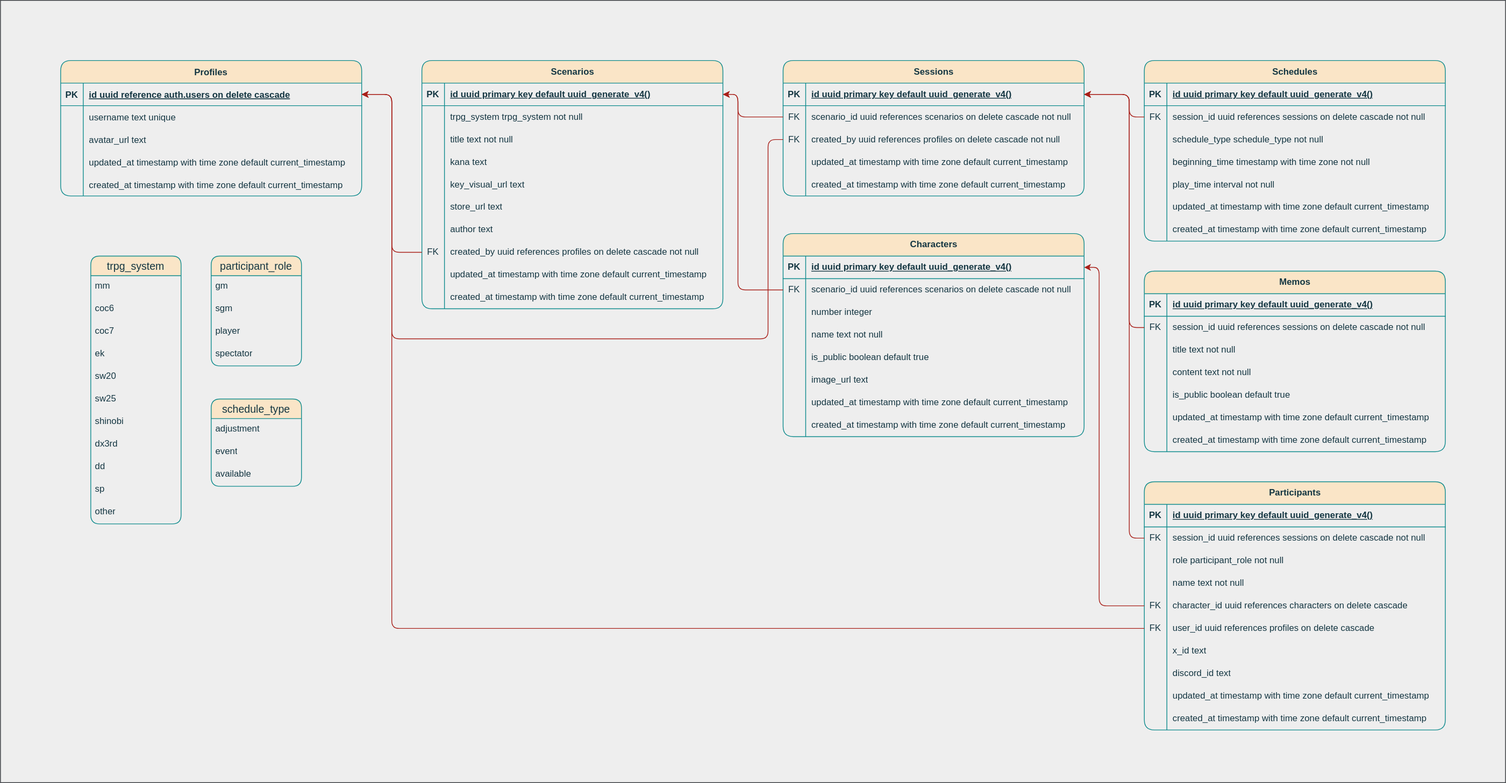
Before: documents/er.drawio.svg, a diagram exported from draw.io (mic4dy/scenarioshelf). Source tidied: cells renumbered, new cells last; positions are measured from the earlier drawing's top-left corner, leaving out a move shared by most shapes.
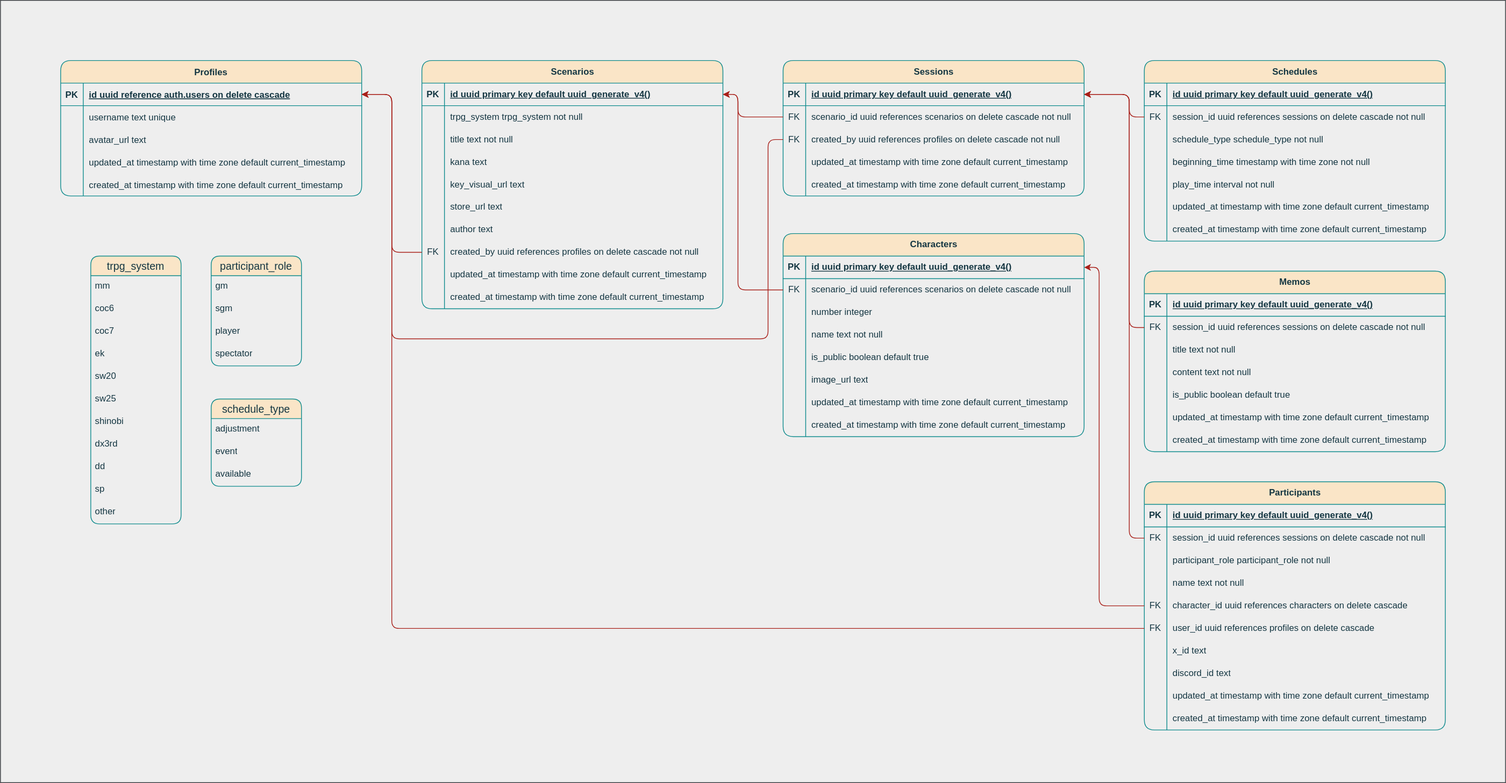
The same file after the commit.

What changed in the source:
```diff
@@ -257,7 +257,7 @@
     <mxCell id="86" style="shape=partialRectangle;fillColor=none;top=0;left=0;bottom=0;right=0;overflow=hidden;whiteSpace=wrap;html=1;rounded=1;labelBackgroundColor=none;strokeColor=#0F8B8D;fontColor=#143642;" parent="85" vertex="1">
       <mxGeometry width="30" height="30" as="geometry" />
     </mxCell>
-    <mxCell id="87" value="role participant_role not null&amp;nbsp;" style="shape=partialRectangle;fillColor=none;top=0;left=0;bottom=0;right=0;align=left;spacingLeft=6;overflow=hidden;whiteSpace=wrap;html=1;rounded=1;labelBackgroundColor=none;strokeColor=#0F8B8D;fontColor=#143642;" parent="85" vertex="1">
+    <mxCell id="87" value="participant_role&amp;nbsp;participant_role not null&amp;nbsp;" style="shape=partialRectangle;fillColor=none;top=0;left=0;bottom=0;right=0;align=left;spacingLeft=6;overflow=hidden;whiteSpace=wrap;html=1;rounded=1;labelBackgroundColor=none;strokeColor=#0F8B8D;fontColor=#143642;" parent="85" vertex="1">
       <mxGeometry x="30" width="370" height="30" as="geometry" />
     </mxCell>
     <mxCell id="88" style="shape=tableRow;horizontal=0;startSize=0;swimlaneHead=0;swimlaneBody=0;fillColor=none;top=0;left=0;right=0;bottom=0;rounded=1;labelBackgroundColor=none;strokeColor=#0F8B8D;fontColor=#143642;" parent="78" vertex="1">
```
